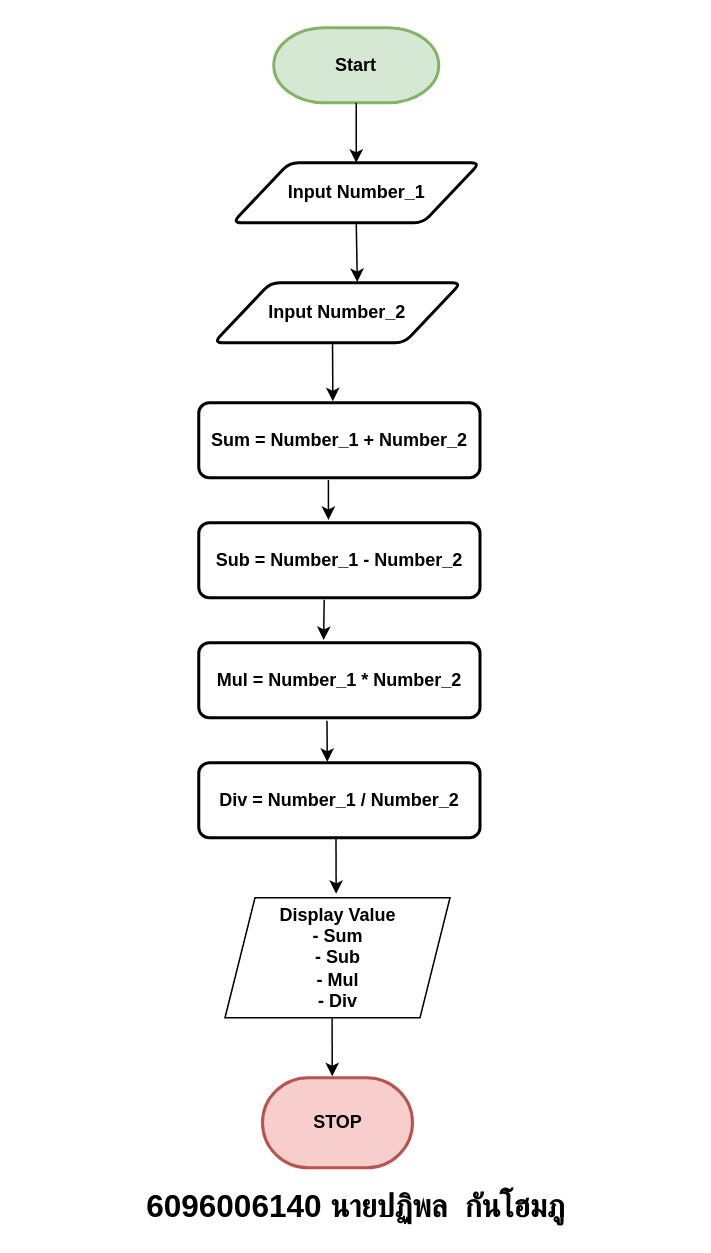
Above: รับค่าและแสดงผลรวม.drawio in inherthz/LearningByDoing (draw.io), before the change. Source tidied: cells renumbered, new cells numbered last; positions are measured from the earlier drawing's top-left corner, leaving out a move shared by most shapes. Both pictures are drawn from the tidied source at 150%, with x=0, y=0 at pixel (26, 27).
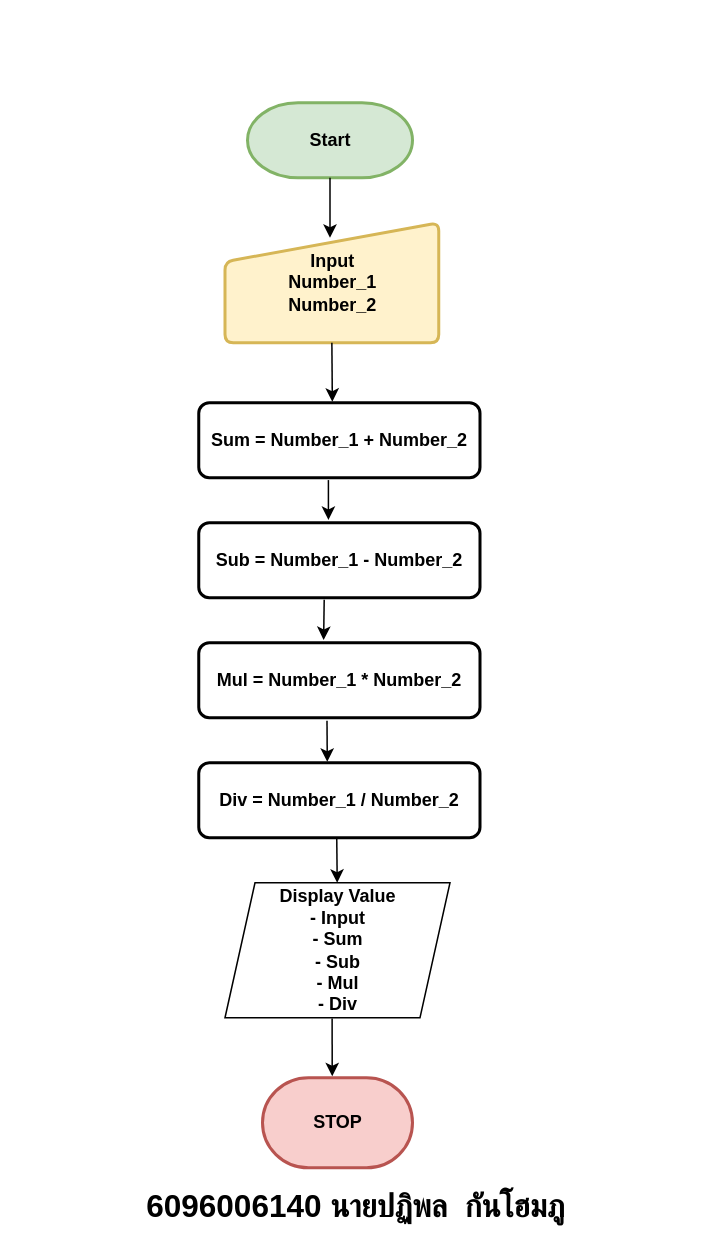
After the change.

Unchanged cells that the change refers to:
```xml
<mxCell id="5" value="Sum = Number_1 + Number_2" style="rounded=1;whiteSpace=wrap;html=1;absoluteArcSize=1;arcSize=14;strokeWidth=2;fontStyle=1;" parent="1" vertex="1">
  <mxGeometry x="115" y="250" width="187.5" height="50" as="geometry" />
</mxCell>
<mxCell id="8" value="Div = Number_1 / Number_2" style="rounded=1;whiteSpace=wrap;html=1;absoluteArcSize=1;arcSize=14;strokeWidth=2;fontStyle=1;" parent="1" vertex="1">
  <mxGeometry x="115" y="490" width="187.5" height="50" as="geometry" />
</mxCell>
```

The edit, as a diff of the source:
```diff
@@
     <mxCell id="2" value="Start" style="strokeWidth=2;html=1;shape=mxgraph.flowchart.terminator;whiteSpace=wrap;fontStyle=1;fillColor=#d5e8d4;strokeColor=#82b366;" parent="1" vertex="1">
-      <mxGeometry x="165" width="110" height="50" as="geometry" />
+      <mxGeometry x="147.5" y="50" width="110" height="50" as="geometry" />
     </mxCell>
-    <mxCell id="3" value="Input Number_1" style="shape=parallelogram;html=1;strokeWidth=2;perimeter=parallelogramPerimeter;whiteSpace=wrap;rounded=1;arcSize=12;size=0.23;fontStyle=1;" parent="1" vertex="1">
-      <mxGeometry x="137.5" y="90" width="165" height="40" as="geometry" />
-    </mxCell>
-    <mxCell id="4" value="Input Number_2" style="shape=parallelogram;html=1;strokeWidth=2;perimeter=parallelogramPerimeter;whiteSpace=wrap;rounded=1;arcSize=12;size=0.23;fontStyle=1;" parent="1" vertex="1">
-      <mxGeometry x="125" y="170" width="165" height="40" as="geometry" />
-    </mxCell>
@@
-    <mxCell id="10" style="endArrow=classic;html=1;rounded=0;exitX=0.5;exitY=1;exitDx=0;exitDy=0;exitPerimeter=0;entryX=0.5;entryY=0;entryDx=0;entryDy=0;" parent="1" edge="1" source="2" target="3">
-      <mxGeometry relative="1" as="geometry" />
+    <mxCell id="10" style="endArrow=classic;html=1;rounded=0;exitX=0.5;exitY=1;exitDx=0;exitDy=0;exitPerimeter=0;entryX=0.5;entryY=0;entryDx=0;entryDy=0;" parent="1" edge="1" source="2">
+      <mxGeometry relative="1" as="geometry">
+        <mxPoint x="202.5" y="140" as="targetPoint" />
+      </mxGeometry>
     </mxCell>
-    <mxCell id="11" style="endArrow=classic;html=1;rounded=0;exitX=0.5;exitY=1;exitDx=0;exitDy=0;entryX=0.58;entryY=-0.013;entryDx=0;entryDy=0;entryPerimeter=0;" parent="1" edge="1" source="3" target="4">
-      <mxGeometry relative="1" as="geometry" />
-    </mxCell>
-    <mxCell id="12" style="endArrow=classic;html=1;rounded=0;entryX=0.477;entryY=-0.08;entryDx=0;entryDy=0;entryPerimeter=0;exitX=0.48;exitY=1.018;exitDx=0;exitDy=0;exitPerimeter=0;" parent="1" edge="1" source="4">
-      <mxGeometry relative="1" as="geometry">
-        <mxPoint x="204.4" y="249" as="targetPoint" />
-      </mxGeometry>
-    </mxCell>
@@
-    <mxCell id="16" style="endArrow=classic;html=1;rounded=0;entryX=0.495;entryY=-0.029;entryDx=0;entryDy=0;entryPerimeter=0;exitX=0.488;exitY=1.003;exitDx=0;exitDy=0;exitPerimeter=0;" parent="1" edge="1" source="8">
+    <mxCell id="16" style="endArrow=classic;html=1;rounded=0;entryX=0.495;entryY=-0.029;entryDx=0;entryDy=0;entryPerimeter=0;" parent="1" edge="1">
       <mxGeometry relative="1" as="geometry">
-        <mxPoint x="206.6" y="577.4" as="targetPoint" />
+        <mxPoint x="207" y="540" as="sourcePoint" />
+        <mxPoint x="207.3" y="570" as="targetPoint" />
       </mxGeometry>
     </mxCell>
@@
-    <mxCell id="18" value="&lt;b&gt;Display Value&lt;br style=&quot;border-color: var(--border-color);&quot;&gt;- Sum&lt;br style=&quot;border-color: var(--border-color);&quot;&gt;- Sub&lt;br style=&quot;border-color: var(--border-color);&quot;&gt;- Mul&lt;br style=&quot;border-color: var(--border-color);&quot;&gt;- Div&lt;/b&gt;" style="shape=parallelogram;perimeter=parallelogramPerimeter;whiteSpace=wrap;html=1;fixedSize=1;" parent="1" vertex="1">
-      <mxGeometry x="132.5" y="580" width="150" height="80" as="geometry" />
+    <mxCell id="18" value="&lt;b&gt;Display Value&lt;br&gt;- Input&lt;br style=&quot;border-color: var(--border-color);&quot;&gt;- Sum&lt;br style=&quot;border-color: var(--border-color);&quot;&gt;- Sub&lt;br style=&quot;border-color: var(--border-color);&quot;&gt;- Mul&lt;br style=&quot;border-color: var(--border-color);&quot;&gt;- Div&lt;/b&gt;" style="shape=parallelogram;perimeter=parallelogramPerimeter;whiteSpace=wrap;html=1;fixedSize=1;" parent="1" vertex="1">
+      <mxGeometry x="132.5" y="570" width="150" height="90" as="geometry" />
     </mxCell>
@@
+    <mxCell id="20" value="Input&lt;br&gt;Number_1&lt;br&gt;Number_2" style="html=1;strokeWidth=2;shape=manualInput;whiteSpace=wrap;rounded=1;size=26;arcSize=11;fontStyle=1;fillColor=#fff2cc;strokeColor=#d6b656;" parent="1" vertex="1">
+      <mxGeometry x="132.5" y="130" width="142.5" height="80" as="geometry" />
+    </mxCell>
+    <mxCell id="21" style="endArrow=classic;html=1;rounded=0;exitX=0.5;exitY=1;exitDx=0;exitDy=0;entryX=0.475;entryY=-0.013;entryDx=0;entryDy=0;entryPerimeter=0;" parent="1" edge="1" source="20" target="5">
+      <mxGeometry relative="1" as="geometry" />
+    </mxCell>
```
